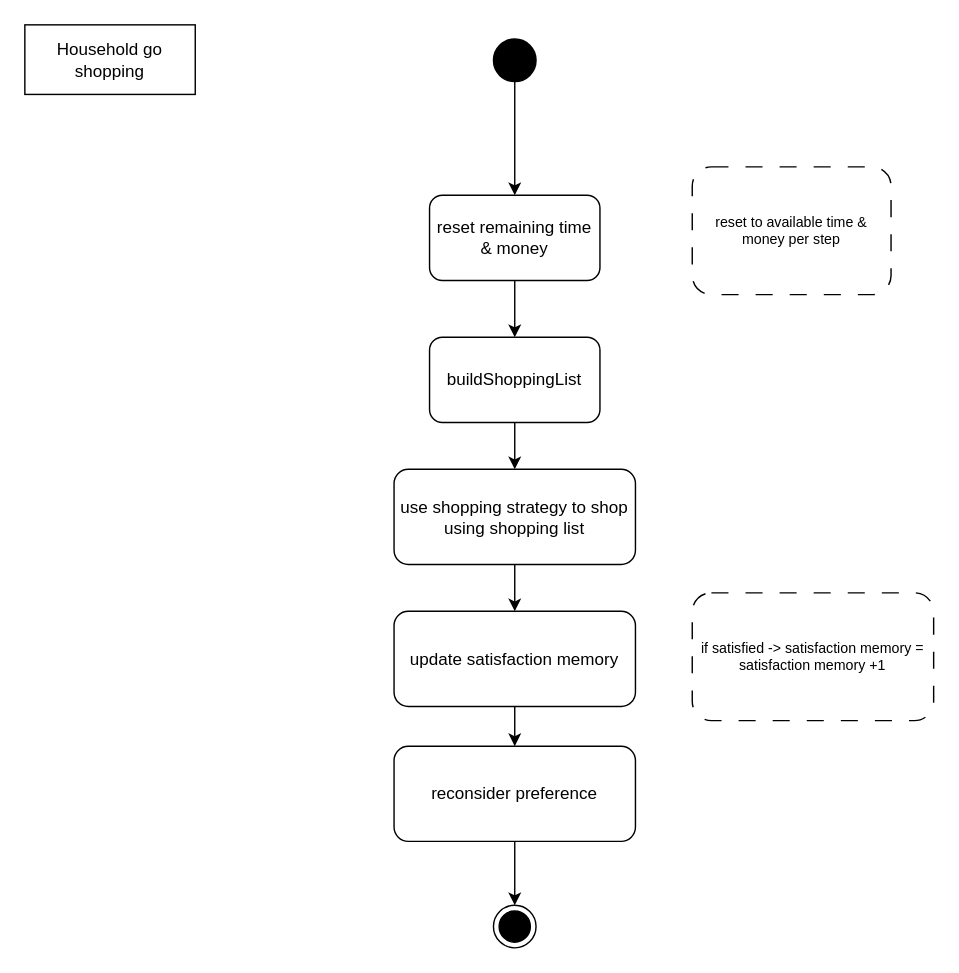
Above: page "household goShopping" (9 of 17) of consumption behavior.drawio in JoaquinAmeller/amaea-model (draw.io), before the change. Source tidied: cells renumbered, new cells numbered last; positions are measured from the earlier drawing's top-left corner, leaving out a move shared by most shapes. Both pictures are drawn from the tidied source at 142%, with x=0, y=0 at pixel (24, 24).
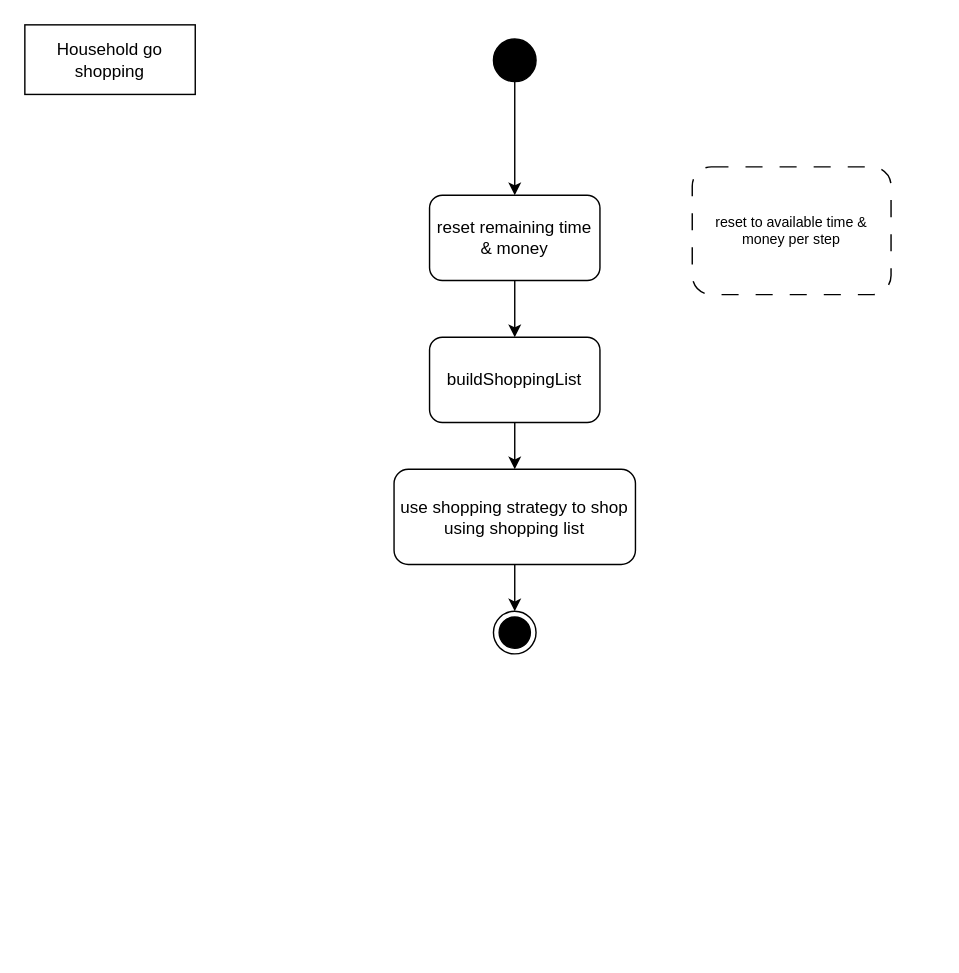
The same page after the edit.

Change to the diagram source:
```diff
@@
 <mxGraphModel>
   <root>
     <mxCell id="0" />
     <mxCell id="1" parent="0" />
     <mxCell id="2" value="Household go shopping" style="rounded=0;whiteSpace=wrap;html=1;" parent="1" vertex="1">
       <mxGeometry width="120" height="49" as="geometry" />
     </mxCell>
     <mxCell id="3" style="edgeStyle=orthogonalEdgeStyle;rounded=0;jettySize=auto;html=1;" parent="1" edge="1" source="10" target="5">
       <mxGeometry relative="1" as="geometry" />
     </mxCell>
     <mxCell id="4" style="edgeStyle=orthogonalEdgeStyle;rounded=0;jettySize=auto;html=1;" parent="1" edge="1" source="5">
       <mxGeometry relative="1" as="geometry">
         <mxPoint x="345" y="220" as="targetPoint" />
       </mxGeometry>
     </mxCell>
     <mxCell id="5" value="reset remaining time &amp;amp; money" style="rounded=1;whiteSpace=wrap;html=1;" parent="1" vertex="1">
       <mxGeometry x="285" y="120" width="120" height="60" as="geometry" />
     </mxCell>
-    <mxCell id="6" style="edgeStyle=orthogonalEdgeStyle;rounded=0;jettySize=auto;html=1;" parent="1" edge="1" source="7" target="14">
-      <mxGeometry relative="1" as="geometry" />
+    <mxCell id="6" style="edgeStyle=orthogonalEdgeStyle;rounded=0;jettySize=auto;html=1;" parent="1" edge="1" source="7">
+      <mxGeometry relative="1" as="geometry">
+        <mxPoint x="345" y="413" as="targetPoint" />
+      </mxGeometry>
     </mxCell>
     <mxCell id="7" value="use shopping strategy to shop using shopping list" style="rounded=1;whiteSpace=wrap;html=1;" parent="1" vertex="1">
       <mxGeometry x="260" y="313" width="170" height="67" as="geometry" />
     </mxCell>
     <mxCell id="8" style="edgeStyle=orthogonalEdgeStyle;rounded=0;jettySize=auto;html=1;" parent="1" edge="1" source="9" target="7">
       <mxGeometry relative="1" as="geometry" />
     </mxCell>
     <mxCell id="9" value="buildShoppingList" style="rounded=1;whiteSpace=wrap;html=1;" parent="1" vertex="1">
       <mxGeometry x="285" y="220" width="120" height="60" as="geometry" />
     </mxCell>
     <mxCell id="10" style="ellipse;fillColor=strokeColor;html=1;" parent="1" vertex="1">
       <mxGeometry x="330" y="10" width="30" height="30" as="geometry" />
     </mxCell>
     <mxCell id="11" style="ellipse;html=1;shape=endState;fillColor=strokeColor;" parent="1" vertex="1">
-      <mxGeometry x="330" y="620" width="30" height="30" as="geometry" />
+      <mxGeometry x="330" y="413" width="30" height="30" as="geometry" />
     </mxCell>
     <mxCell id="12" value="reset to available time &amp;amp; money per step" style="rounded=1;whiteSpace=wrap;html=1;strokeColor=default;dashed=1;dashPattern=12 12;fontSize=10;" parent="1" vertex="1">
       <mxGeometry x="470" y="100" width="140" height="90" as="geometry" />
     </mxCell>
-    <mxCell id="13" style="edgeStyle=orthogonalEdgeStyle;rounded=0;jettySize=auto;html=1;" parent="1" edge="1" source="14" target="17">
-      <mxGeometry relative="1" as="geometry" />
-    </mxCell>
-    <mxCell id="14" value="update satisfaction memory" style="rounded=1;whiteSpace=wrap;html=1;" parent="1" vertex="1">
-      <mxGeometry x="260" y="413" width="170" height="67" as="geometry" />
-    </mxCell>
-    <mxCell id="15" value="if satisfied -&amp;gt; satisfaction memory = satisfaction memory +1" style="rounded=1;whiteSpace=wrap;html=1;strokeColor=default;dashed=1;dashPattern=12 12;fontSize=10;" parent="1" vertex="1">
-      <mxGeometry x="470" y="400" width="170" height="90" as="geometry" />
-    </mxCell>
-    <mxCell id="16" style="edgeStyle=orthogonalEdgeStyle;rounded=0;jettySize=auto;html=1;entryX=0.5;entryY=0;entryDx=0;entryDy=0;" parent="1" edge="1" source="17" target="11">
-      <mxGeometry relative="1" as="geometry" />
-    </mxCell>
-    <mxCell id="17" value="reconsider preference" style="rounded=1;whiteSpace=wrap;html=1;" parent="1" vertex="1">
-      <mxGeometry x="260" y="508" width="170" height="67" as="geometry" />
-    </mxCell>
   </root>
 </mxGraphModel>
```
